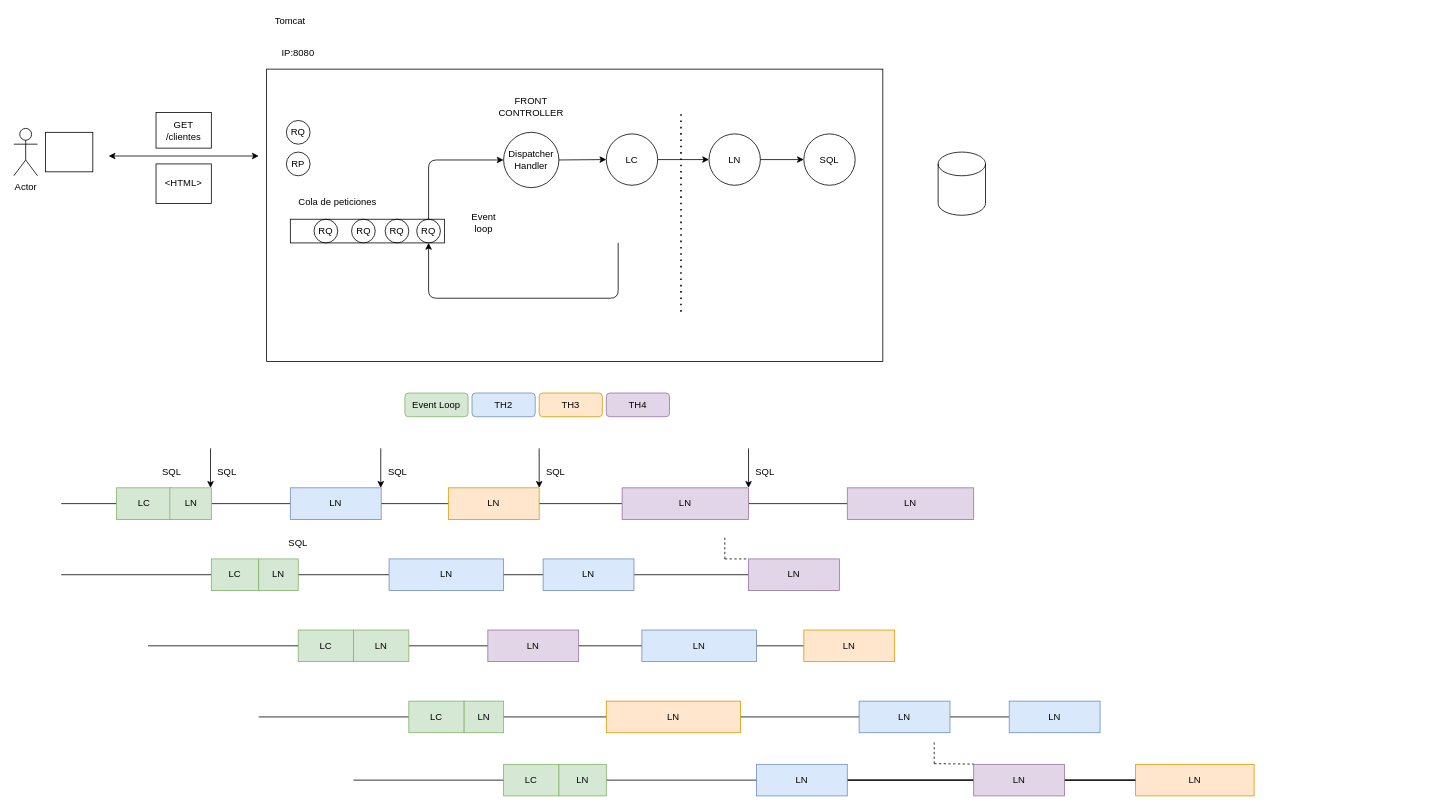
Earlier version of the draw.io diagram page "Página-13" (13 of 20) of panel_microservicios_webflux_05_2022.drawio (lrag/WebFlux). Source tidied: cells renumbered, new cells numbered last; positions are measured from the earlier drawing's top-left corner, leaving out a move shared by most shapes. Both pictures are drawn from the tidied source at 79%, with x=0, y=0 at pixel (13, 13).
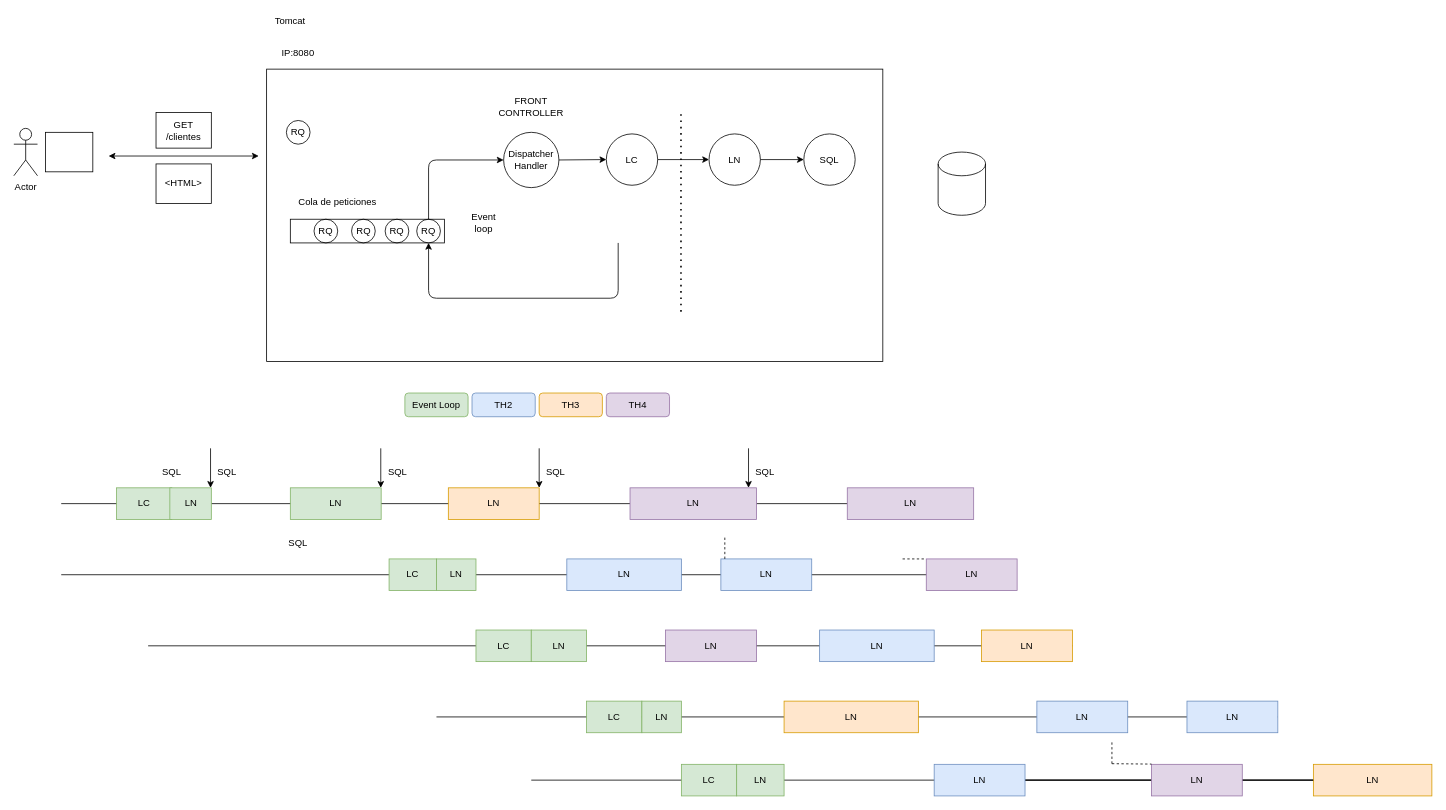
After the change.

The edit, as a diff of the source:
```diff
@@
     <mxCell id="2" style="endArrow=none;html=1;" parent="1" edge="1" target="81">
       <mxGeometry relative="1" as="geometry">
-        <mxPoint x="430" y="970" as="sourcePoint" />
+        <mxPoint x="655" y="970" as="sourcePoint" />
       </mxGeometry>
     </mxCell>
@@
-    <mxCell id="18" value="RP" style="ellipse;whiteSpace=wrap;html=1;fillColor=none;" parent="1" vertex="1">
-      <mxGeometry x="345" y="175" width="30" height="30" as="geometry" />
-    </mxCell>
@@
-    <mxCell id="31" value="LN" style="rounded=0;whiteSpace=wrap;html=1;fillColor=#dae8fc;strokeColor=#6c8ebf;" parent="1" vertex="1">
+    <mxCell id="31" value="LN" style="rounded=0;whiteSpace=wrap;html=1;fillColor=#d5e8d4;strokeColor=#82b366;" parent="1" vertex="1">
       <mxGeometry x="350" y="600" width="115" height="40" as="geometry" />
     </mxCell>
@@
     <mxCell id="34" value="LN" style="rounded=0;whiteSpace=wrap;html=1;fillColor=#e1d5e7;strokeColor=#9673a6;" parent="1" vertex="1">
-      <mxGeometry x="770" y="600" width="160" height="40" as="geometry" />
+      <mxGeometry x="780" y="600" width="160" height="40" as="geometry" />
     </mxCell>
     <mxCell id="35" style="endArrow=none;html=1;" parent="1" edge="1" source="40">
       <mxGeometry relative="1" as="geometry">
-        <mxPoint x="950" y="710" as="targetPoint" />
+        <mxPoint x="1175" y="710" as="targetPoint" />
       </mxGeometry>
     </mxCell>
     <mxCell id="36" value="LC" style="rounded=0;whiteSpace=wrap;html=1;fillColor=#d5e8d4;strokeColor=#82b366;" parent="1" vertex="1">
-      <mxGeometry x="250" y="690" width="60" height="40" as="geometry" />
+      <mxGeometry x="475" y="690" width="60" height="40" as="geometry" />
     </mxCell>
     <mxCell id="37" value="LN" style="rounded=0;whiteSpace=wrap;html=1;fillColor=#dae8fc;strokeColor=#6c8ebf;" parent="1" vertex="1">
-      <mxGeometry x="475" y="690" width="145" height="40" as="geometry" />
+      <mxGeometry x="700" y="690" width="145" height="40" as="geometry" />
     </mxCell>
@@
     <mxCell id="39" value="LN" style="rounded=0;whiteSpace=wrap;html=1;fillColor=#dae8fc;strokeColor=#6c8ebf;" parent="1" vertex="1">
-      <mxGeometry x="670" y="690" width="115" height="40" as="geometry" />
+      <mxGeometry x="895" y="690" width="115" height="40" as="geometry" />
     </mxCell>
     <mxCell id="40" value="LN" style="rounded=0;whiteSpace=wrap;html=1;fillColor=#e1d5e7;strokeColor=#9673a6;" parent="1" vertex="1">
-      <mxGeometry x="930" y="690" width="115" height="40" as="geometry" />
+      <mxGeometry x="1155" y="690" width="115" height="40" as="geometry" />
     </mxCell>
     <mxCell id="41" style="endArrow=none;html=1;" parent="1" edge="1" source="45">
       <mxGeometry relative="1" as="geometry">
-        <mxPoint x="1060" y="800" as="targetPoint" />
+        <mxPoint x="1285" y="800" as="targetPoint" />
       </mxGeometry>
     </mxCell>
     <mxCell id="42" value="LC" style="rounded=0;whiteSpace=wrap;html=1;fillColor=#d5e8d4;strokeColor=#82b366;" parent="1" vertex="1">
-      <mxGeometry x="360" y="780" width="70" height="40" as="geometry" />
+      <mxGeometry x="585" y="780" width="70" height="40" as="geometry" />
     </mxCell>
     <mxCell id="43" value="LN" style="rounded=0;whiteSpace=wrap;html=1;fillColor=#e1d5e7;strokeColor=#9673a6;" parent="1" vertex="1">
-      <mxGeometry x="600" y="780" width="115" height="40" as="geometry" />
+      <mxGeometry x="825" y="780" width="115" height="40" as="geometry" />
     </mxCell>
     <mxCell id="44" value="LN" style="rounded=0;whiteSpace=wrap;html=1;fillColor=#dae8fc;strokeColor=#6c8ebf;" parent="1" vertex="1">
-      <mxGeometry x="795" y="780" width="145" height="40" as="geometry" />
+      <mxGeometry x="1020" y="780" width="145" height="40" as="geometry" />
     </mxCell>
     <mxCell id="45" value="LN" style="rounded=0;whiteSpace=wrap;html=1;fillColor=#ffe6cc;strokeColor=#d79b00;" parent="1" vertex="1">
-      <mxGeometry x="1000" y="780" width="115" height="40" as="geometry" />
+      <mxGeometry x="1225" y="780" width="115" height="40" as="geometry" />
     </mxCell>
     <mxCell id="46" style="endArrow=none;html=1;" parent="1" edge="1" target="51">
       <mxGeometry relative="1" as="geometry">
-        <mxPoint x="310" y="890" as="sourcePoint" />
+        <mxPoint x="535" y="890" as="sourcePoint" />
         <Array as="points">
-          <mxPoint x="770" y="890" />
+          <mxPoint x="995" y="890" />
         </Array>
       </mxGeometry>
     </mxCell>
     <mxCell id="47" style="endArrow=none;html=1;" parent="1" edge="1" source="51">
       <mxGeometry relative="1" as="geometry">
-        <mxPoint x="1320" y="890" as="targetPoint" />
+        <mxPoint x="1545" y="890" as="targetPoint" />
       </mxGeometry>
     </mxCell>
     <mxCell id="48" value="LC" style="rounded=0;whiteSpace=wrap;html=1;fillColor=#d5e8d4;strokeColor=#82b366;" parent="1" vertex="1">
-      <mxGeometry x="500" y="870" width="70" height="40" as="geometry" />
+      <mxGeometry x="725" y="870" width="70" height="40" as="geometry" />
     </mxCell>
     <mxCell id="49" value="LN" style="rounded=0;whiteSpace=wrap;html=1;fillColor=#ffe6cc;strokeColor=#d79b00;" parent="1" vertex="1">
-      <mxGeometry x="750" y="870" width="170" height="40" as="geometry" />
+      <mxGeometry x="975" y="870" width="170" height="40" as="geometry" />
     </mxCell>
     <mxCell id="50" value="LN" style="rounded=0;whiteSpace=wrap;html=1;fillColor=#dae8fc;strokeColor=#6c8ebf;" parent="1" vertex="1">
-      <mxGeometry x="1070" y="870" width="115" height="40" as="geometry" />
+      <mxGeometry x="1295" y="870" width="115" height="40" as="geometry" />
     </mxCell>
     <mxCell id="51" value="LN" style="rounded=0;whiteSpace=wrap;html=1;fillColor=#dae8fc;strokeColor=#6c8ebf;" parent="1" vertex="1">
-      <mxGeometry x="1260" y="870" width="115" height="40" as="geometry" />
+      <mxGeometry x="1485" y="870" width="115" height="40" as="geometry" />
     </mxCell>
     <mxCell id="52" style="endArrow=none;html=1;" parent="1" edge="1" source="59">
       <mxGeometry relative="1" as="geometry">
-        <mxPoint x="1440" y="970" as="targetPoint" />
+        <mxPoint x="1665" y="970" as="targetPoint" />
         <Array as="points">
-          <mxPoint x="950" y="970" />
+          <mxPoint x="1175" y="970" />
         </Array>
       </mxGeometry>
     </mxCell>
@@
     <mxCell id="58" style="endArrow=none;dashed=1;html=1;strokeColor=#000000;entryX=0;entryY=0;entryDx=0;entryDy=0;" parent="1" edge="1" target="40">
       <mxGeometry relative="1" as="geometry">
-        <mxPoint x="900" y="690" as="sourcePoint" />
+        <mxPoint x="1125" y="690" as="sourcePoint" />
       </mxGeometry>
     </mxCell>
     <mxCell id="59" value="LN" style="rounded=0;whiteSpace=wrap;html=1;fillColor=#ffe6cc;strokeColor=#d79b00;" parent="1" vertex="1">
-      <mxGeometry x="1420" y="950" width="150" height="40" as="geometry" />
+      <mxGeometry x="1645" y="950" width="150" height="40" as="geometry" />
     </mxCell>
@@
     <mxCell id="61" value="LN" style="rounded=0;whiteSpace=wrap;html=1;fillColor=#e1d5e7;strokeColor=#9673a6;" parent="1" vertex="1">
-      <mxGeometry x="1215" y="950" width="115" height="40" as="geometry" />
+      <mxGeometry x="1440" y="950" width="115" height="40" as="geometry" />
     </mxCell>
     <mxCell id="62" value="LN" style="rounded=0;whiteSpace=wrap;html=1;fillColor=#dae8fc;strokeColor=#6c8ebf;" parent="1" vertex="1">
-      <mxGeometry x="940" y="950" width="115" height="40" as="geometry" />
+      <mxGeometry x="1165" y="950" width="115" height="40" as="geometry" />
     </mxCell>
@@
     <mxCell id="64" value="LC" style="rounded=0;whiteSpace=wrap;html=1;fillColor=#d5e8d4;strokeColor=#82b366;" parent="1" vertex="1">
-      <mxGeometry x="620" y="950" width="70" height="40" as="geometry" />
+      <mxGeometry x="845" y="950" width="70" height="40" as="geometry" />
     </mxCell>
@@
     <mxCell id="78" value="LN" style="rounded=0;whiteSpace=wrap;html=1;fillColor=#d5e8d4;strokeColor=#82b366;" parent="1" vertex="1">
-      <mxGeometry x="310" y="690" width="50" height="40" as="geometry" />
+      <mxGeometry x="535" y="690" width="50" height="40" as="geometry" />
     </mxCell>
     <mxCell id="79" value="LN" style="rounded=0;whiteSpace=wrap;html=1;fillColor=#d5e8d4;strokeColor=#82b366;" parent="1" vertex="1">
-      <mxGeometry x="430" y="780" width="70" height="40" as="geometry" />
+      <mxGeometry x="655" y="780" width="70" height="40" as="geometry" />
     </mxCell>
     <mxCell id="80" value="LN" style="rounded=0;whiteSpace=wrap;html=1;fillColor=#d5e8d4;strokeColor=#82b366;" parent="1" vertex="1">
-      <mxGeometry x="570" y="870" width="50" height="40" as="geometry" />
+      <mxGeometry x="795" y="870" width="50" height="40" as="geometry" />
     </mxCell>
     <mxCell id="81" value="LN" style="rounded=0;whiteSpace=wrap;html=1;fillColor=#d5e8d4;strokeColor=#82b366;" parent="1" vertex="1">
-      <mxGeometry x="690" y="950" width="60" height="40" as="geometry" />
+      <mxGeometry x="915" y="950" width="60" height="40" as="geometry" />
     </mxCell>
     <mxCell id="82" style="endArrow=none;dashed=1;html=1;strokeColor=#000000;" parent="1" edge="1">
       <mxGeometry relative="1" as="geometry">
-        <mxPoint x="1165" y="949.2" as="sourcePoint" />
-        <mxPoint x="1165" y="919.2" as="targetPoint" />
+        <mxPoint x="1390" y="949.2" as="sourcePoint" />
+        <mxPoint x="1390" y="919.2" as="targetPoint" />
       </mxGeometry>
     </mxCell>
     <mxCell id="83" style="endArrow=none;dashed=1;html=1;strokeColor=#000000;" parent="1" edge="1">
       <mxGeometry relative="1" as="geometry">
-        <mxPoint x="1165" y="949.2" as="sourcePoint" />
-        <mxPoint x="1215" y="949.7" as="targetPoint" />
+        <mxPoint x="1390" y="949.2" as="sourcePoint" />
+        <mxPoint x="1440" y="949.7" as="targetPoint" />
       </mxGeometry>
     </mxCell>
```
